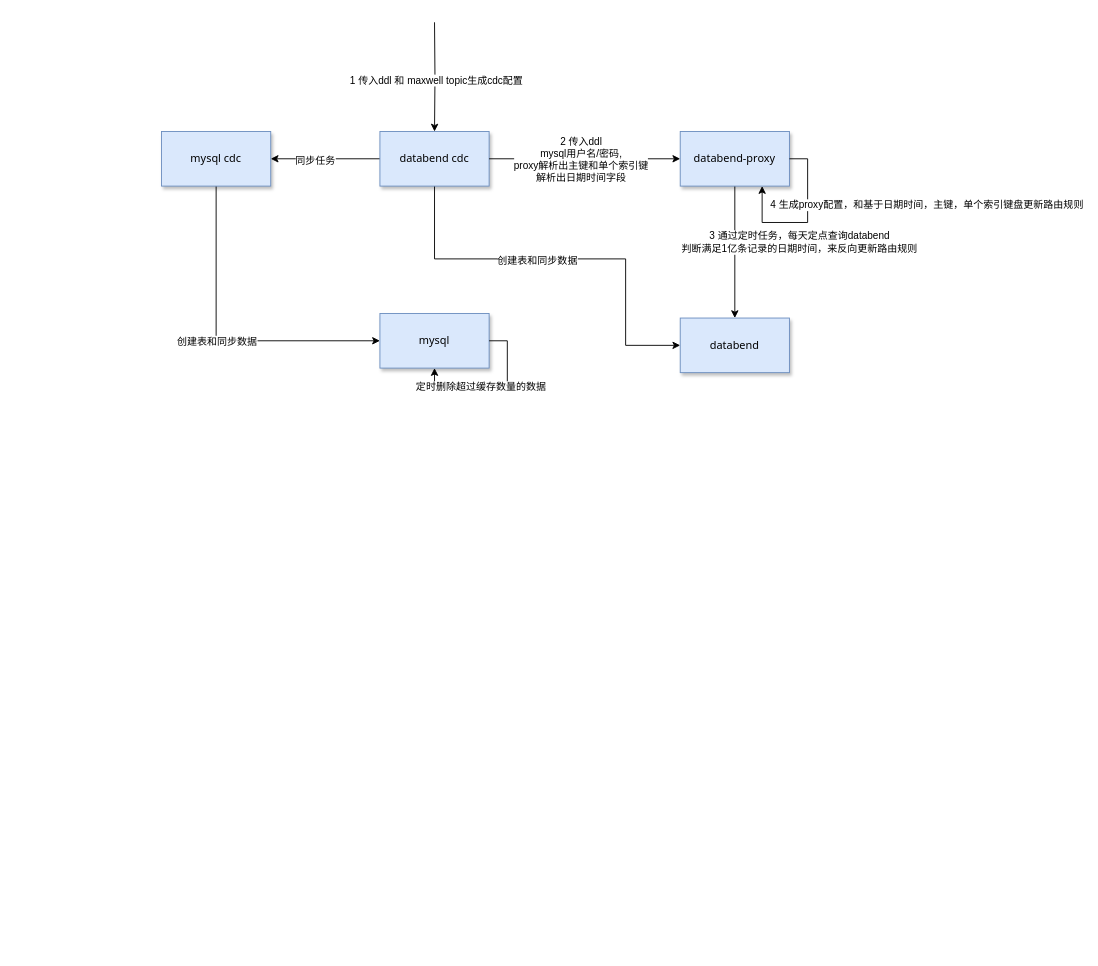
Before: doc/databend-mysql缓存实现设计.drawio in jackjoesh/databend, a draw.io diagram. Source tidied: cells renumbered, new cells numbered last; positions are measured from the earlier drawing's top-left corner, leaving out a move shared by most shapes. Both pictures are drawn from the tidied source at 91%, with x=0, y=0 at pixel (161, 22).
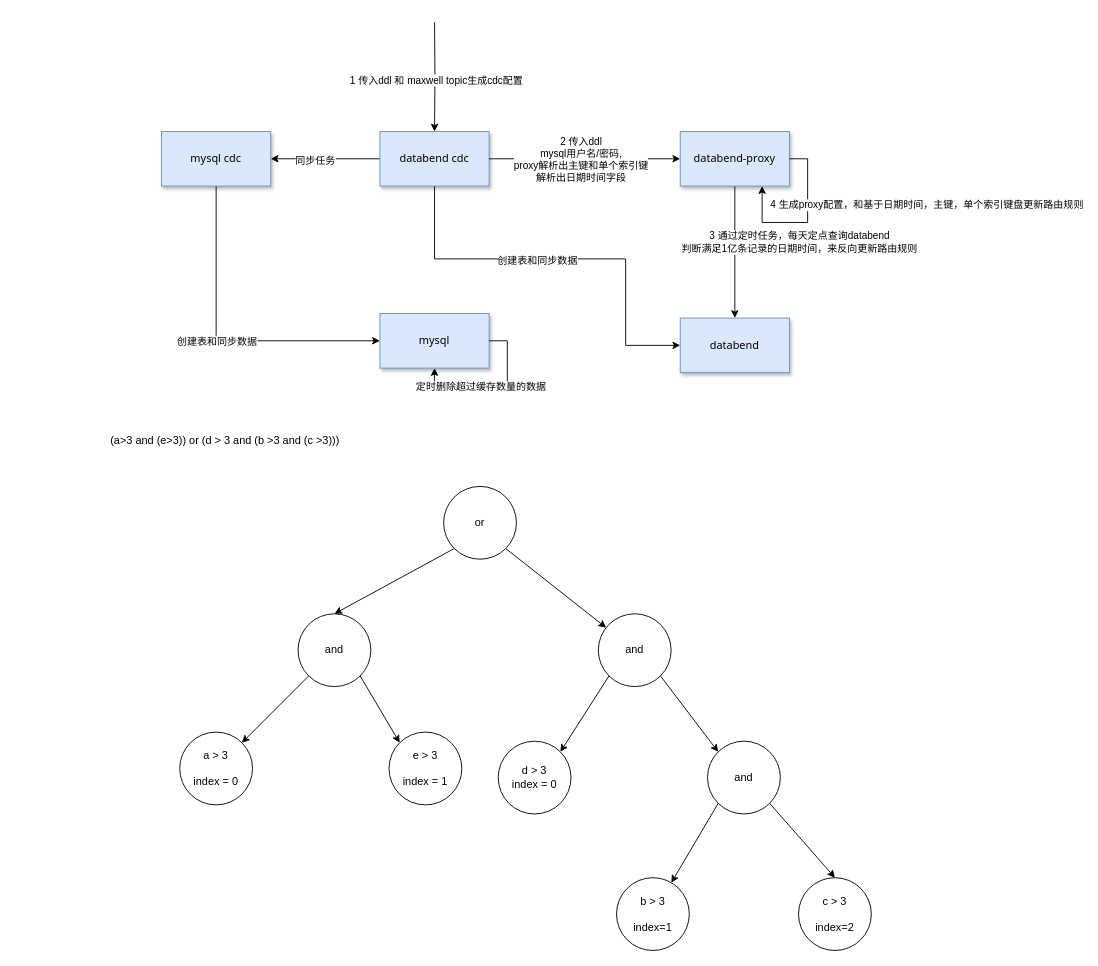
The same page after the edit.

Commit message:
更新databend-mysql缓存实现设计.drawio

What changed in the source:
```diff
@@
+    <mxCell id="23" style="rounded=0;jettySize=auto;html=1;exitX=0;exitY=1;exitDx=0;exitDy=0;entryX=0.5;entryY=0;entryDx=0;entryDy=0;" parent="1" edge="1" source="25" target="29">
+      <mxGeometry relative="1" as="geometry" />
+    </mxCell>
+    <mxCell id="24" style="rounded=0;jettySize=auto;html=1;exitX=1;exitY=1;exitDx=0;exitDy=0;" parent="1" edge="1" source="25" target="32">
+      <mxGeometry relative="1" as="geometry" />
+    </mxCell>
+    <mxCell id="25" value="or" style="ellipse;whiteSpace=wrap;html=1;" parent="1" vertex="1">
+      <mxGeometry x="310" y="510" width="80" height="80" as="geometry" />
+    </mxCell>
+    <mxCell id="26" value="(a&amp;gt;3 and (e&amp;gt;3)) or (d &amp;gt; 3 and (b &amp;gt;3 and (c &amp;gt;3)))" style="text;html=1;align=center;verticalAlign=middle;whiteSpace=wrap;rounded=0;" parent="1" vertex="1">
+      <mxGeometry x="-160" y="440" width="460" height="40" as="geometry" />
+    </mxCell>
+    <mxCell id="27" style="rounded=0;jettySize=auto;html=1;exitX=0;exitY=1;exitDx=0;exitDy=0;entryX=1;entryY=0;entryDx=0;entryDy=0;" parent="1" edge="1" source="29" target="39">
+      <mxGeometry relative="1" as="geometry" />
+    </mxCell>
+    <mxCell id="28" style="rounded=0;jettySize=auto;html=1;exitX=1;exitY=1;exitDx=0;exitDy=0;entryX=0;entryY=0;entryDx=0;entryDy=0;" parent="1" edge="1" source="29" target="40">
+      <mxGeometry relative="1" as="geometry" />
+    </mxCell>
+    <mxCell id="29" value="and" style="ellipse;whiteSpace=wrap;html=1;" parent="1" vertex="1">
+      <mxGeometry x="150" y="650" width="80" height="80" as="geometry" />
+    </mxCell>
+    <mxCell id="30" style="rounded=0;jettySize=auto;html=1;exitX=0;exitY=1;exitDx=0;exitDy=0;entryX=1;entryY=0;entryDx=0;entryDy=0;" parent="1" edge="1" source="32" target="33">
+      <mxGeometry relative="1" as="geometry" />
+    </mxCell>
+    <mxCell id="31" style="rounded=0;jettySize=auto;html=1;exitX=1;exitY=1;exitDx=0;exitDy=0;entryX=0;entryY=0;entryDx=0;entryDy=0;" parent="1" edge="1" source="32" target="36">
+      <mxGeometry relative="1" as="geometry" />
+    </mxCell>
+    <mxCell id="32" value="and" style="ellipse;whiteSpace=wrap;html=1;" parent="1" vertex="1">
+      <mxGeometry x="480" y="650" width="80" height="80" as="geometry" />
+    </mxCell>
+    <mxCell id="33" value="d &amp;gt; 3&lt;br&gt;index = 0" style="ellipse;whiteSpace=wrap;html=1;" parent="1" vertex="1">
+      <mxGeometry x="370" y="790" width="80" height="80" as="geometry" />
+    </mxCell>
+    <mxCell id="34" style="rounded=0;jettySize=auto;html=1;exitX=0;exitY=1;exitDx=0;exitDy=0;" parent="1" edge="1" source="36" target="37">
+      <mxGeometry relative="1" as="geometry" />
+    </mxCell>
+    <mxCell id="35" style="rounded=0;jettySize=auto;html=1;exitX=1;exitY=1;exitDx=0;exitDy=0;entryX=0.5;entryY=0;entryDx=0;entryDy=0;" parent="1" edge="1" source="36" target="38">
+      <mxGeometry relative="1" as="geometry" />
+    </mxCell>
+    <mxCell id="36" value="and" style="ellipse;whiteSpace=wrap;html=1;" parent="1" vertex="1">
+      <mxGeometry x="600" y="790" width="80" height="80" as="geometry" />
+    </mxCell>
+    <mxCell id="37" value="b &amp;gt; 3&lt;br&gt;&lt;br&gt;index=1" style="ellipse;whiteSpace=wrap;html=1;" parent="1" vertex="1">
+      <mxGeometry x="500" y="940" width="80" height="80" as="geometry" />
+    </mxCell>
+    <mxCell id="38" value="c &amp;gt; 3&lt;br&gt;&lt;br&gt;index=2" style="ellipse;whiteSpace=wrap;html=1;" parent="1" vertex="1">
+      <mxGeometry x="700" y="940" width="80" height="80" as="geometry" />
+    </mxCell>
+    <mxCell id="39" value="a &amp;gt; 3&lt;br&gt;&lt;br&gt;index = 0" style="ellipse;whiteSpace=wrap;html=1;" parent="1" vertex="1">
+      <mxGeometry x="20" y="780" width="80" height="80" as="geometry" />
+    </mxCell>
+    <mxCell id="40" value="e &amp;gt; 3&lt;br&gt;&lt;br&gt;index = 1" style="ellipse;whiteSpace=wrap;html=1;" parent="1" vertex="1">
+      <mxGeometry x="250" y="780" width="80" height="80" as="geometry" />
+    </mxCell>
```
